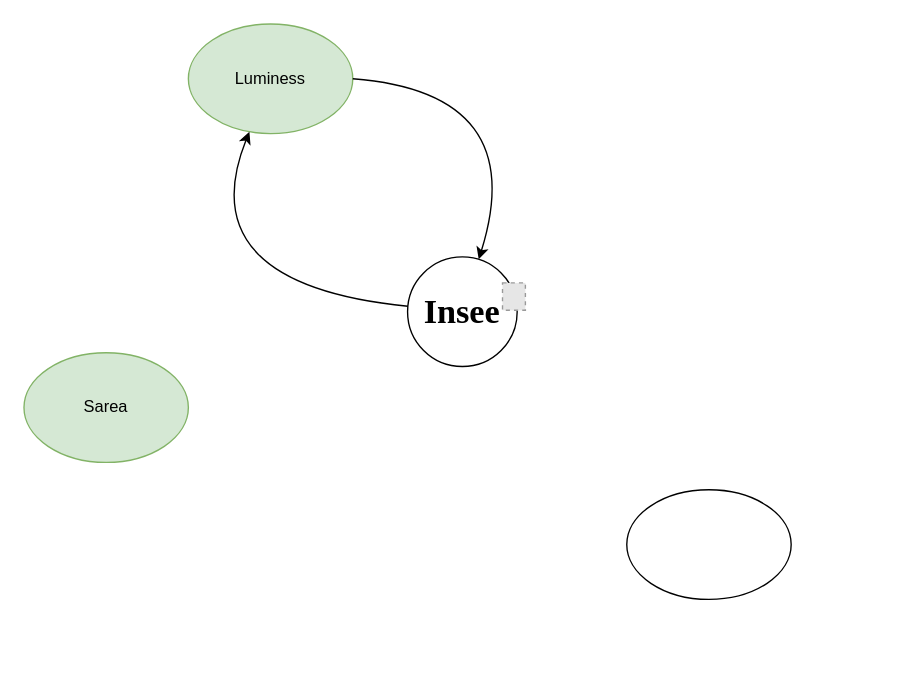
The draw.io diagram echanges-rp.drawio in renaud23/drawio, before the edit. Source tidied: cells renumbered, new cells numbered last; positions are measured from the earlier drawing's top-left corner, leaving out a move shared by most shapes. Both pictures are drawn from the tidied source at 137%, with x=0, y=0 at pixel (23, 23). Pictures stored in the file or linked from it are replaced by grey dashed boxes.
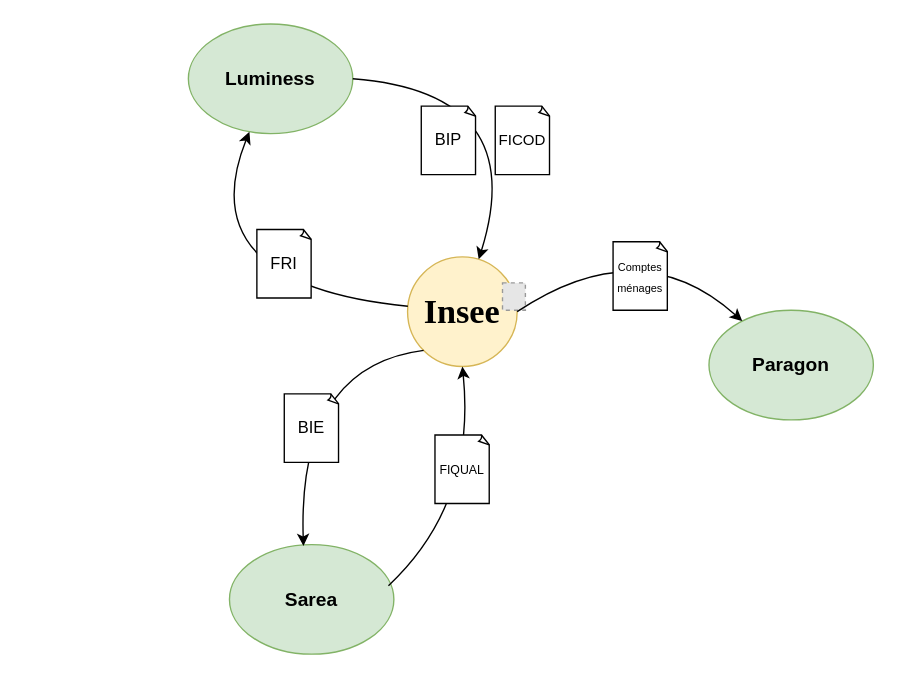
Above is the later version.

Commit message (it also covers changes not shown here):
Mettre à jour echanges-rp.drawio

The edit, as a diff of the source:
```diff
@@
-    <mxCell id="2" value="&lt;font face=&quot;Times New Roman&quot; style=&quot;font-size: 25px;&quot;&gt;&lt;b style=&quot;&quot;&gt;Insee&lt;/b&gt;&lt;/font&gt;" style="ellipse;whiteSpace=wrap;html=1;" parent="1" vertex="1">
+    <mxCell id="2" value="&lt;font face=&quot;Times New Roman&quot; style=&quot;font-size: 25px;&quot;&gt;&lt;b style=&quot;&quot;&gt;Insee&lt;/b&gt;&lt;/font&gt;" style="ellipse;whiteSpace=wrap;html=1;fillColor=#fff2cc;strokeColor=#d6b656;" parent="1" vertex="1">
       <mxGeometry x="280" y="170" width="80" height="80" as="geometry" />
     </mxCell>
-    <mxCell id="3" value="Sarea" style="ellipse;whiteSpace=wrap;html=1;fillColor=#d5e8d4;strokeColor=#82b366;" parent="1" vertex="1">
-      <mxGeometry y="240" width="120" height="80" as="geometry" />
+    <mxCell id="3" value="&lt;b&gt;&lt;font style=&quot;font-size: 14px;&quot;&gt;Sarea&lt;/font&gt;&lt;/b&gt;" style="ellipse;whiteSpace=wrap;html=1;fillColor=#d5e8d4;strokeColor=#82b366;" parent="1" vertex="1">
+      <mxGeometry x="150" y="380" width="120" height="80" as="geometry" />
     </mxCell>
-    <mxCell id="4" value="Luminess" style="ellipse;whiteSpace=wrap;html=1;fillColor=#d5e8d4;strokeColor=#82b366;" parent="1" vertex="1">
+    <mxCell id="4" value="&lt;font style=&quot;font-size: 14px;&quot;&gt;&lt;b&gt;Luminess&lt;/b&gt;&lt;/font&gt;" style="ellipse;whiteSpace=wrap;html=1;fillColor=#d5e8d4;strokeColor=#82b366;" parent="1" vertex="1">
       <mxGeometry x="120" width="120" height="80" as="geometry" />
     </mxCell>
-    <mxCell id="5" style="ellipse;whiteSpace=wrap;html=1;" parent="1" vertex="1">
-      <mxGeometry x="440" y="340" width="120" height="80" as="geometry" />
+    <mxCell id="5" value="&lt;b&gt;&lt;font style=&quot;font-size: 14px;&quot;&gt;Paragon&lt;/font&gt;&lt;/b&gt;" style="ellipse;whiteSpace=wrap;html=1;fillColor=#d5e8d4;strokeColor=#82b366;" parent="1" vertex="1">
+      <mxGeometry x="500" y="209" width="120" height="80" as="geometry" />
     </mxCell>
@@
+    <mxCell id="9" style="curved=1;endArrow=classic;html=1;rounded=0;exitX=1;exitY=0.5;exitDx=0;exitDy=0;" parent="1" edge="1" source="2" target="5">
+      <mxGeometry relative="1" as="geometry">
+        <Array as="points">
+          <mxPoint x="450" y="150" />
+        </Array>
+      </mxGeometry>
+    </mxCell>
+    <mxCell id="10" style="curved=1;endArrow=classic;html=1;rounded=0;exitX=0.967;exitY=0.375;exitDx=0;exitDy=0;entryX=0.5;entryY=1;entryDx=0;entryDy=0;exitPerimeter=0;" parent="1" edge="1" source="3" target="2">
+      <mxGeometry relative="1" as="geometry">
+        <Array as="points">
+          <mxPoint x="330" y="350" />
+        </Array>
+      </mxGeometry>
+    </mxCell>
+    <mxCell id="11" style="curved=1;endArrow=classic;html=1;rounded=0;exitX=0;exitY=1;exitDx=0;exitDy=0;entryX=0.45;entryY=0.013;entryDx=0;entryDy=0;entryPerimeter=0;" parent="1" edge="1" source="2" target="3">
+      <mxGeometry relative="1" as="geometry">
+        <Array as="points">
+          <mxPoint x="200" y="250" />
+        </Array>
+      </mxGeometry>
+    </mxCell>
+    <mxCell id="12" value="BIP" style="whiteSpace=wrap;html=1;shape=mxgraph.basic.document;" parent="1" vertex="1">
+      <mxGeometry x="290" y="60" width="40" height="50" as="geometry" />
+    </mxCell>
+    <mxCell id="13" value="FRI" style="whiteSpace=wrap;html=1;shape=mxgraph.basic.document;" parent="1" vertex="1">
+      <mxGeometry x="170" y="150" width="40" height="50" as="geometry" />
+    </mxCell>
+    <mxCell id="14" value="&lt;font style=&quot;font-size: 11px;&quot;&gt;FICOD&lt;/font&gt;" style="whiteSpace=wrap;html=1;shape=mxgraph.basic.document;" parent="1" vertex="1">
+      <mxGeometry x="344" y="60" width="40" height="50" as="geometry" />
+    </mxCell>
+    <mxCell id="15" value="BIE" style="whiteSpace=wrap;html=1;shape=mxgraph.basic.document;" parent="1" vertex="1">
+      <mxGeometry x="190" y="270" width="40" height="50" as="geometry" />
+    </mxCell>
+    <mxCell id="16" value="&lt;font style=&quot;font-size: 9px;&quot;&gt;FIQUAL&lt;/font&gt;" style="whiteSpace=wrap;html=1;shape=mxgraph.basic.document;" parent="1" vertex="1">
+      <mxGeometry x="300" y="300" width="40" height="50" as="geometry" />
+    </mxCell>
+    <mxCell id="17" value="&lt;font style=&quot;font-size: 8px;&quot;&gt;Comptes ménages&lt;/font&gt;" style="whiteSpace=wrap;html=1;shape=mxgraph.basic.document;align=center;" parent="1" vertex="1">
+      <mxGeometry x="430" y="159" width="40" height="50" as="geometry" />
+    </mxCell>
```
